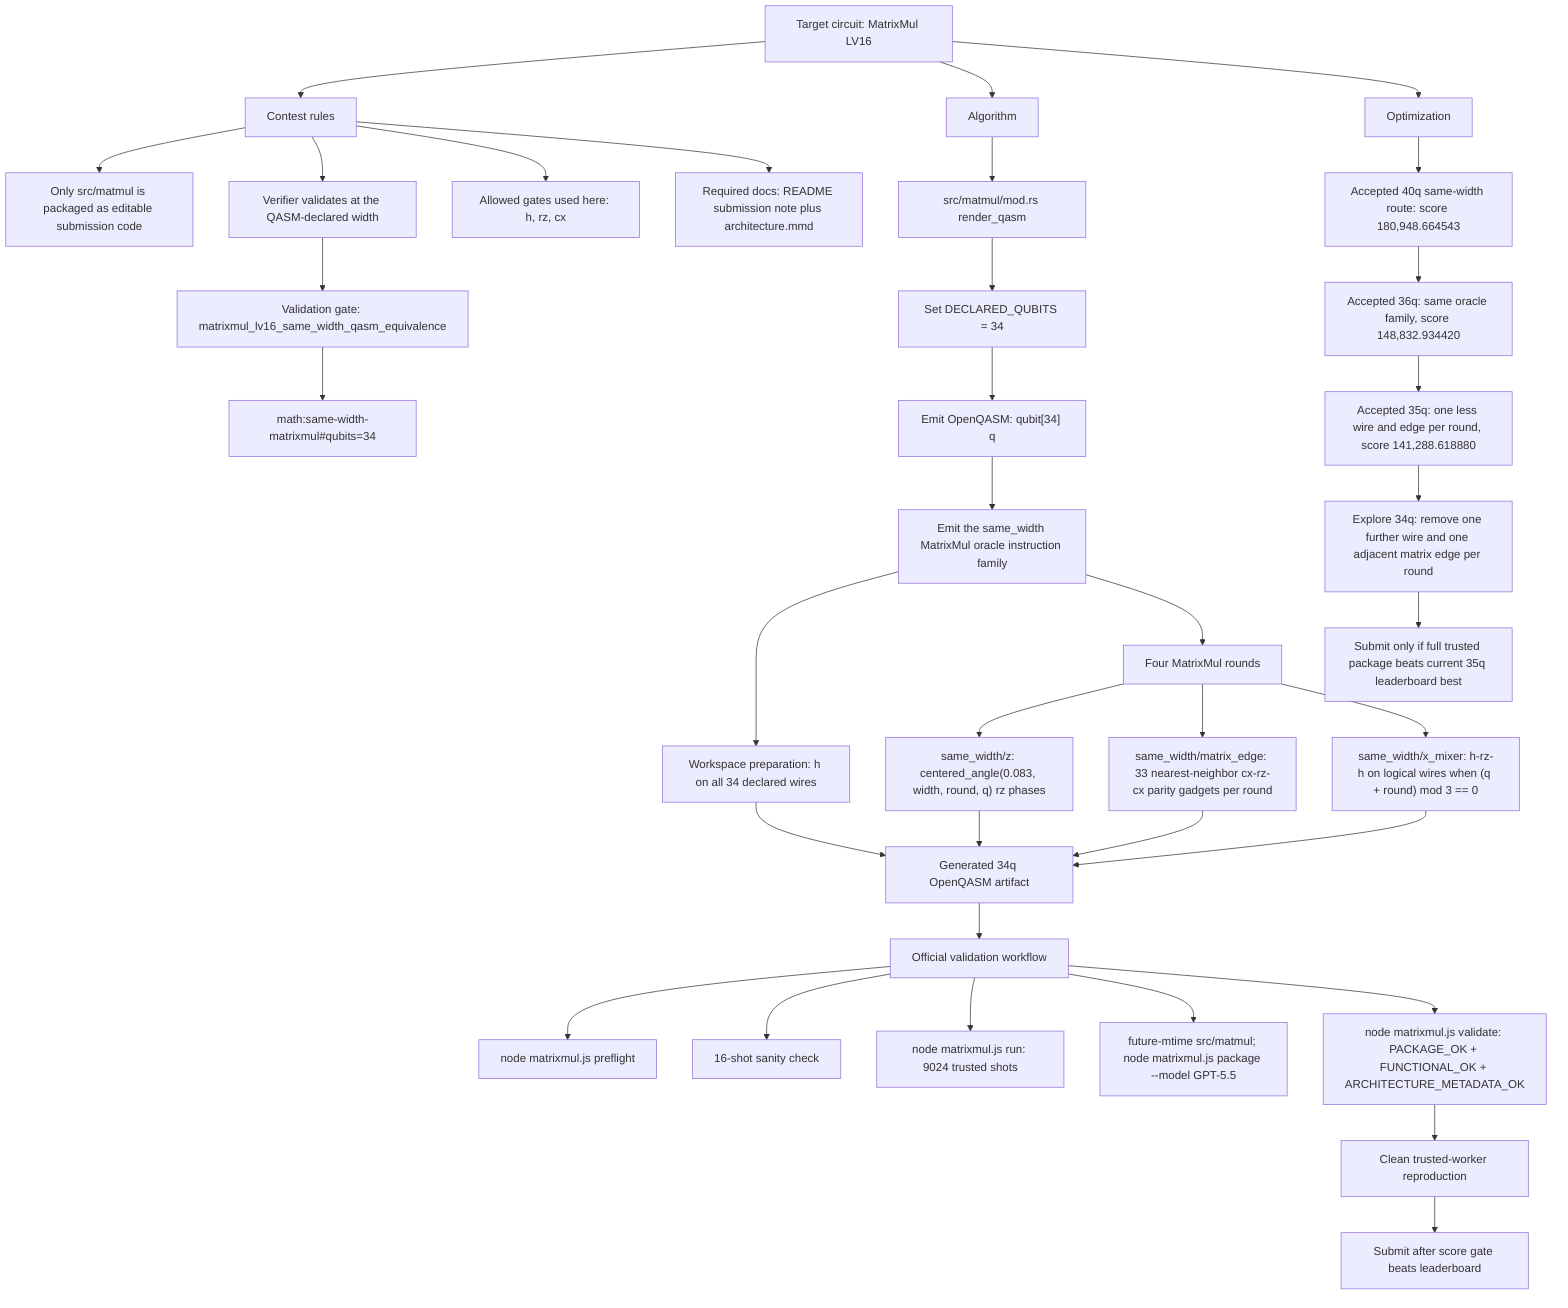
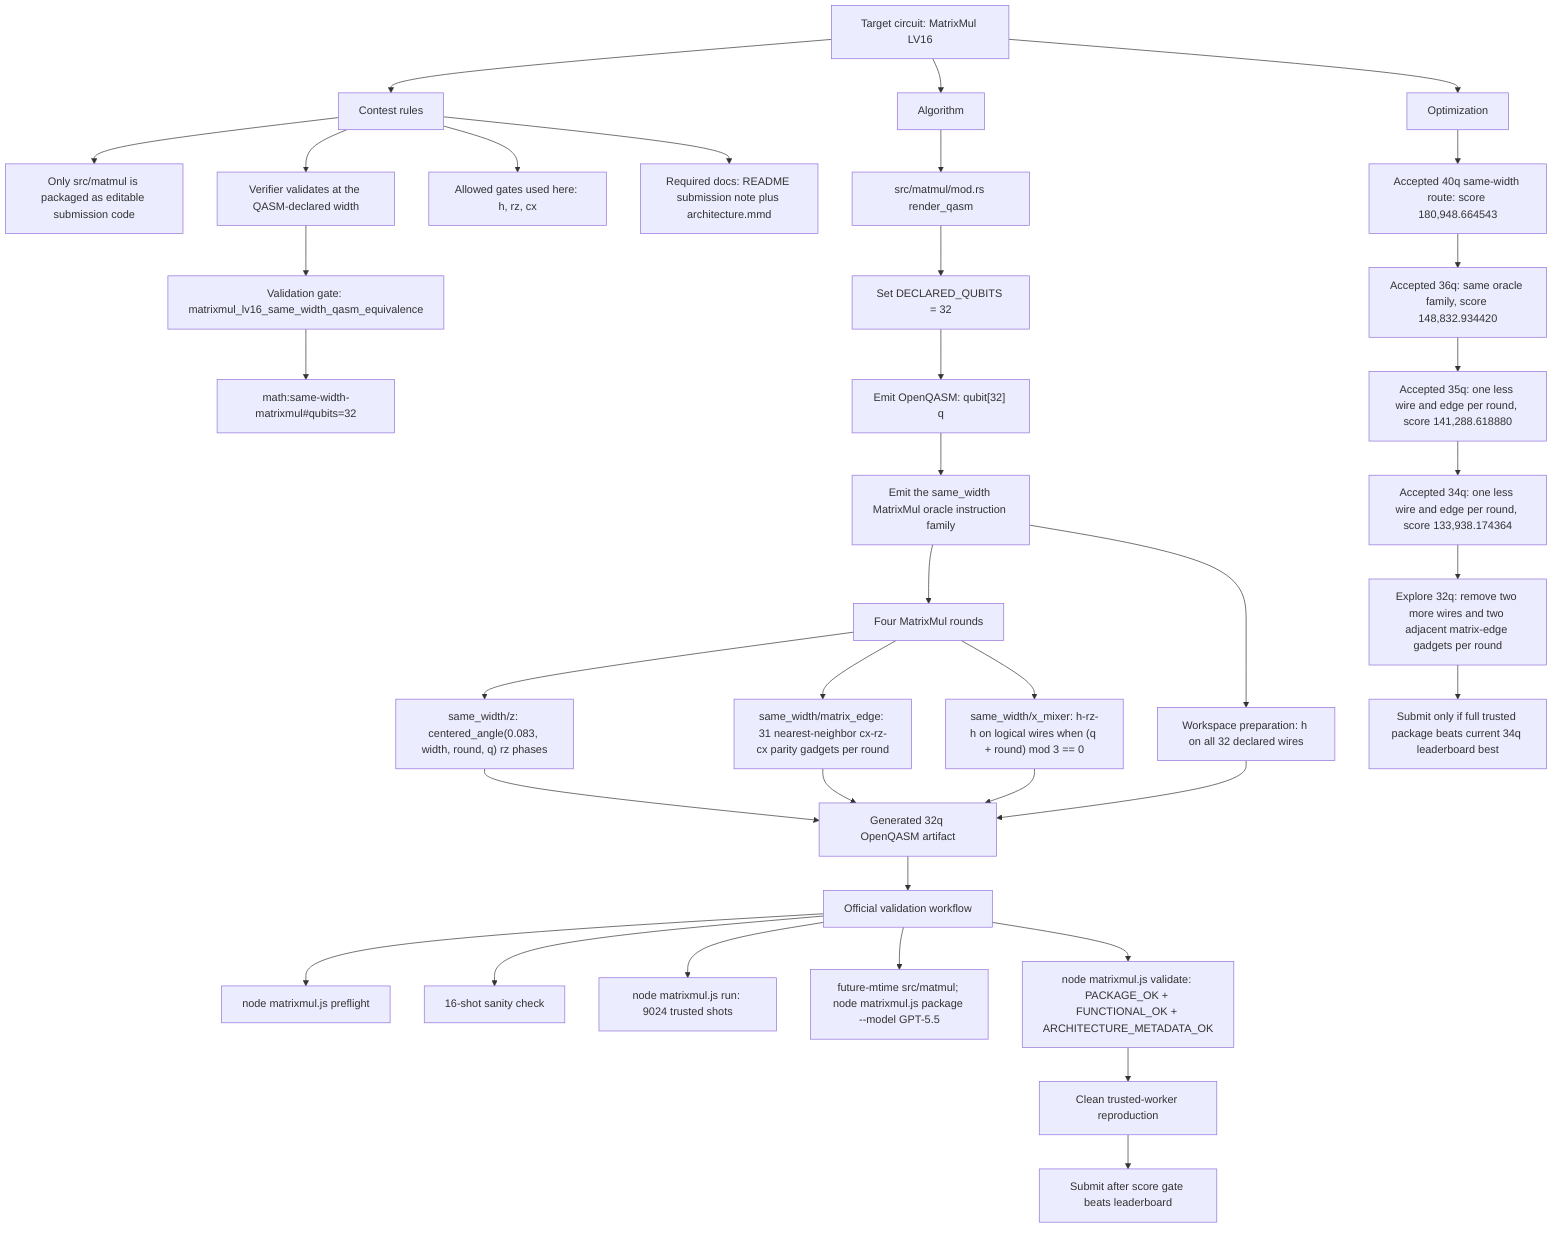
flowchart TD
  target["Target circuit: MatrixMul LV16"]
  algorithm["Algorithm"]
  optimization["Optimization"]

  target --> Rules["Contest rules"]
  target --> algorithm
  target --> optimization

  Rules --> Editable["Only src/matmul is packaged as editable submission code"]
  Rules --> DeclaredWidth["Verifier validates at the QASM-declared width"]
  Rules --> GateSet["Allowed gates used here: h, rz, cx"]
  Rules --> RequiredDocs["Required docs: README submission note plus architecture.mmd"]
  DeclaredWidth --> Oracle["Validation gate: matrixmul_lv16_same_width_qasm_equivalence"]
-   Oracle --> MathOracle["math:same-width-matrixmul#qubits=34"]
+   Oracle --> MathOracle["math:same-width-matrixmul#qubits=32"]

  algorithm --> Entry["src/matmul/mod.rs render_qasm"]
-   Entry --> Width["Set DECLARED_QUBITS = 34"]
-   Width --> QDecl["Emit OpenQASM: qubit[34] q"]
+   Entry --> Width["Set DECLARED_QUBITS = 32"]
+   Width --> QDecl["Emit OpenQASM: qubit[32] q"]
  QDecl --> SameWidth["Emit the same_width MatrixMul oracle instruction family"]

-   SameWidth --> Prep["Workspace preparation: h on all 34 declared wires"]
+   SameWidth --> Prep["Workspace preparation: h on all 32 declared wires"]
  SameWidth --> Rounds["Four MatrixMul rounds"]
  Rounds --> ZPhase["same_width/z: centered_angle(0.083, width, round, q) rz phases"]
-   Rounds --> MatrixEdge["same_width/matrix_edge: 33 nearest-neighbor cx-rz-cx parity gadgets per round"]
+   Rounds --> MatrixEdge["same_width/matrix_edge: 31 nearest-neighbor cx-rz-cx parity gadgets per round"]
  Rounds --> XMixer["same_width/x_mixer: h-rz-h on logical wires when (q + round) mod 3 == 0"]
-   ZPhase --> QASM["Generated 34q OpenQASM artifact"]
+   ZPhase --> QASM["Generated 32q OpenQASM artifact"]
  MatrixEdge --> QASM
  XMixer --> QASM
  Prep --> QASM

  optimization --> Start40["Accepted 40q same-width route: score 180,948.664543"]
  Start40 --> Try36["Accepted 36q: same oracle family, score 148,832.934420"]
  Try36 --> Try35["Accepted 35q: one less wire and edge per round, score 141,288.618880"]
-   Try35 --> Try34["Explore 34q: remove one further wire and one adjacent matrix edge per round"]
-   Try34 --> ScoreGate["Submit only if full trusted package beats current 35q leaderboard best"]
+   Try35 --> Try34["Accepted 34q: one less wire and edge per round, score 133,938.174364"]
+   Try34 --> Try32["Explore 32q: remove two more wires and two adjacent matrix-edge gadgets per round"]
+   Try32 --> ScoreGate["Submit only if full trusted package beats current 34q leaderboard best"]

  QASM --> Verify["Official validation workflow"]
  Verify --> Preflight["node matrixmul.js preflight"]
  Verify --> Shot16["16-shot sanity check"]
  Verify --> FullRun["node matrixmul.js run: 9024 trusted shots"]
  Verify --> Package["future-mtime src/matmul; node matrixmul.js package --model GPT-5.5"]
  Verify --> Validate["node matrixmul.js validate: PACKAGE_OK + FUNCTIONAL_OK + ARCHITECTURE_METADATA_OK"]
  Validate --> Worker["Clean trusted-worker reproduction"]
  Worker --> Submit["Submit after score gate beats leaderboard"]
